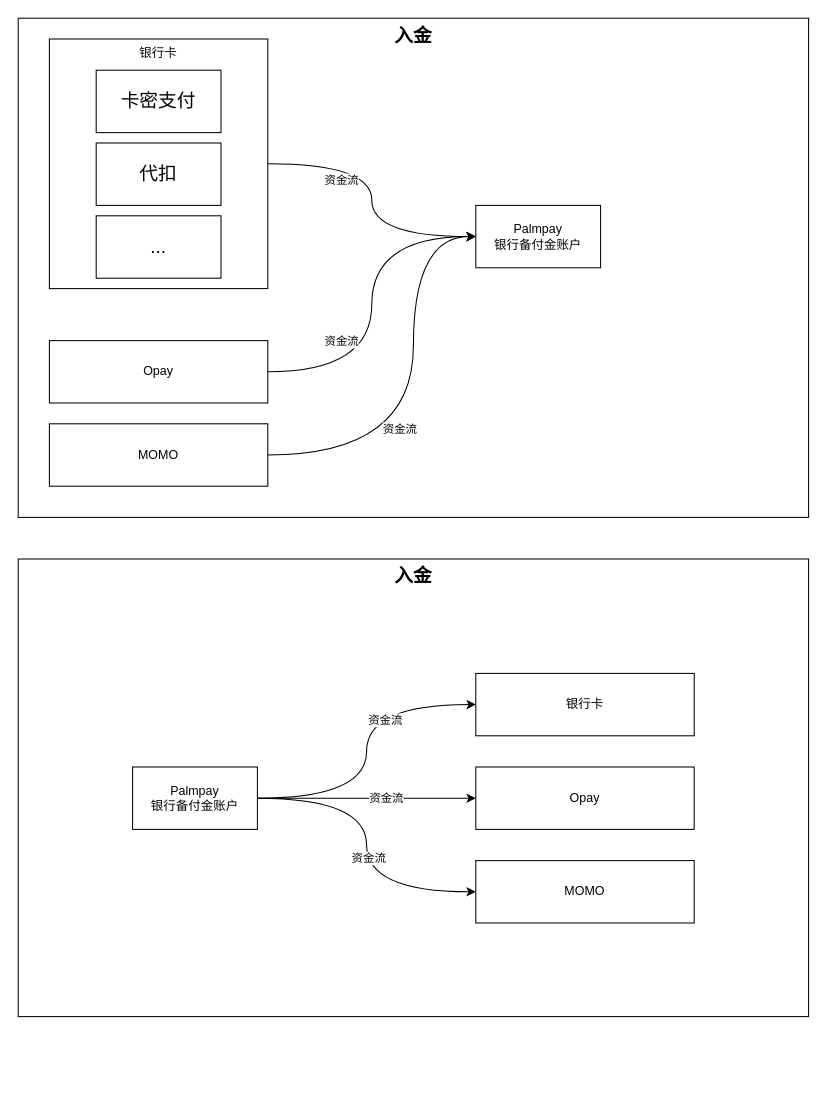
This is 出入金能力.drawio from catface996/images, a draw.io file, before an edit. Source tidied: cells renumbered, new cells numbered last; positions are measured from the earlier drawing's top-left corner, leaving out a move shared by most shapes. Both pictures are drawn from the tidied source at 104%, with x=0, y=0 at pixel (18, 18).
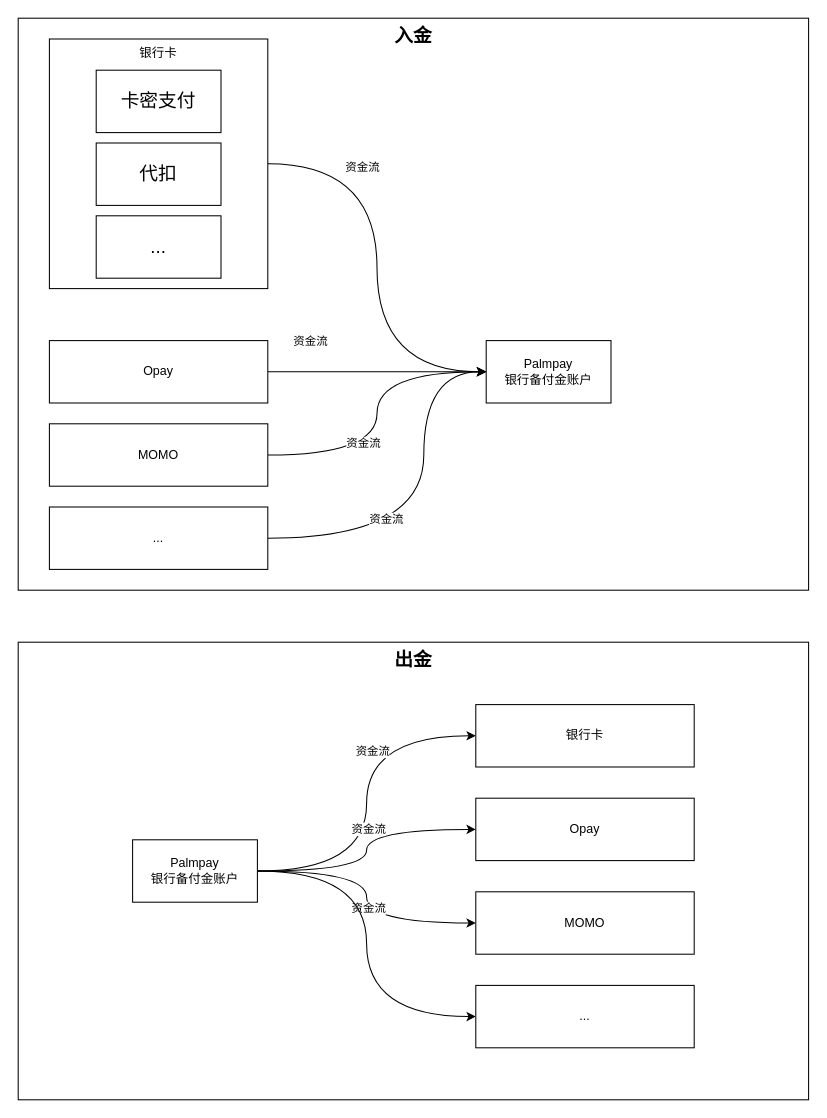
The same page after the edit.

Commit message (it also covers changes not shown here):
更新出入金能力.drawio

The change refers to these unchanged cells:
```xml
<mxCell id="11" value="MOMO" style="rounded=0;whiteSpace=wrap;html=1;" parent="1" vertex="1">
  <mxGeometry x="30" y="390" width="210" height="60" as="geometry" />
</mxCell>
```

Diff of the diagram source:
```diff
@@
     <mxCell id="2" value="入金" style="rounded=0;whiteSpace=wrap;html=1;verticalAlign=top;fontStyle=1;fontSize=18;" parent="1" vertex="1">
-      <mxGeometry width="760" height="480" as="geometry" />
+      <mxGeometry width="760" height="550" as="geometry" />
     </mxCell>
@@
-    <mxCell id="9" style="edgeStyle=orthogonalEdgeStyle;curved=1;rounded=0;jettySize=auto;html=1;entryX=0;entryY=0.5;entryDx=0;entryDy=0;" parent="1" edge="1" source="11" target="12">
-      <mxGeometry relative="1" as="geometry">
-        <Array as="points">
-          <mxPoint x="380" y="420" />
-          <mxPoint x="380" y="210" />
-        </Array>
-      </mxGeometry>
+    <mxCell id="9" style="rounded=0;jettySize=auto;html=1;entryX=0;entryY=0.5;entryDx=0;entryDy=0;edgeStyle=orthogonalEdgeStyle;curved=1;" parent="1" edge="1" source="11" target="12">
+      <mxGeometry relative="1" as="geometry" />
     </mxCell>
@@
     <mxCell id="12" value="Palmpay&lt;br&gt;银行备付金账户" style="rounded=0;whiteSpace=wrap;html=1;" parent="1" vertex="1">
-      <mxGeometry x="440" y="180" width="120" height="60" as="geometry" />
+      <mxGeometry x="450" y="310" width="120" height="60" as="geometry" />
     </mxCell>
@@
-    <mxCell id="16" value="入金" style="rounded=0;whiteSpace=wrap;html=1;verticalAlign=top;fontStyle=1;fontSize=18;" parent="1" vertex="1">
-      <mxGeometry y="520" width="760" height="440" as="geometry" />
+    <mxCell id="16" value="出金" style="rounded=0;whiteSpace=wrap;html=1;verticalAlign=top;fontStyle=1;fontSize=18;" parent="1" vertex="1">
+      <mxGeometry y="600" width="760" height="440" as="geometry" />
     </mxCell>
     <mxCell id="17" value="Opay" style="rounded=0;whiteSpace=wrap;html=1;" parent="1" vertex="1">
-      <mxGeometry x="440" y="720" width="210" height="60" as="geometry" />
+      <mxGeometry x="440" y="750" width="210" height="60" as="geometry" />
     </mxCell>
     <mxCell id="18" value="MOMO" style="rounded=0;whiteSpace=wrap;html=1;" parent="1" vertex="1">
-      <mxGeometry x="440" y="810" width="210" height="60" as="geometry" />
+      <mxGeometry x="440" y="840" width="210" height="60" as="geometry" />
     </mxCell>
@@
+    <mxCell id="27" style="edgeStyle=orthogonalEdgeStyle;curved=1;rounded=0;jettySize=auto;html=1;entryX=0;entryY=0.5;entryDx=0;entryDy=0;fontSize=11;" parent="1" edge="1" source="25" target="31">
+      <mxGeometry relative="1" as="geometry" />
+    </mxCell>
     <mxCell id="25" value="Palmpay&lt;br&gt;银行备付金账户" style="rounded=0;whiteSpace=wrap;html=1;" parent="1" vertex="1">
-      <mxGeometry x="110" y="720" width="120" height="60" as="geometry" />
+      <mxGeometry x="110" y="790" width="120" height="60" as="geometry" />
     </mxCell>
     <mxCell id="26" value="银行卡" style="rounded=0;whiteSpace=wrap;html=1;" parent="1" vertex="1">
-      <mxGeometry x="440" y="630" width="210" height="60" as="geometry" />
+      <mxGeometry x="440" y="660" width="210" height="60" as="geometry" />
     </mxCell>
+    <mxCell id="28" style="edgeStyle=orthogonalEdgeStyle;curved=1;rounded=0;jettySize=auto;html=1;entryX=0;entryY=0.5;entryDx=0;entryDy=0;fontSize=11;" parent="1" edge="1" source="30" target="12">
+      <mxGeometry relative="1" as="geometry">
+        <Array as="points">
+          <mxPoint x="390" y="500" />
+          <mxPoint x="390" y="340" />
+        </Array>
+      </mxGeometry>
+    </mxCell>
+    <mxCell id="29" value="资金流" style="edgeLabel;html=1;align=center;verticalAlign=middle;fontSize=11;" parent="28" vertex="1">
+      <mxGeometry x="-0.39" y="19" relative="1" as="geometry" />
+    </mxCell>
+    <mxCell id="30" value="..." style="rounded=0;whiteSpace=wrap;html=1;" parent="1" vertex="1">
+      <mxGeometry x="30" y="470" width="210" height="60" as="geometry" />
+    </mxCell>
+    <mxCell id="31" value="..." style="rounded=0;whiteSpace=wrap;html=1;" parent="1" vertex="1">
+      <mxGeometry x="440" y="930" width="210" height="60" as="geometry" />
+    </mxCell>
```
